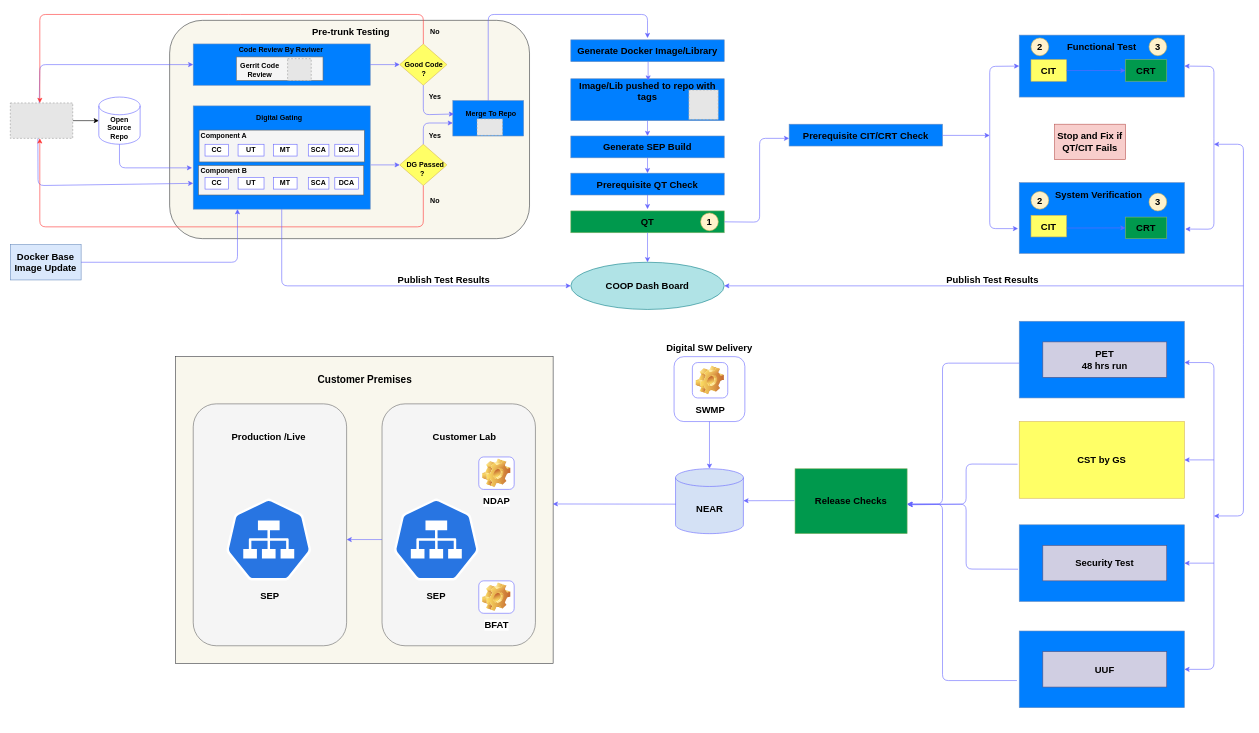
Before: Untitled Diagram.drawio in maninokia/log, a draw.io diagram. Source tidied: cells renumbered, new cells numbered last; positions are measured from the earlier drawing's top-left corner, leaving out a move shared by most shapes. Both pictures are drawn from the tidied source at 59%, with x=0, y=0 at pixel (10, 14). Pictures stored in the file or linked from it are replaced by grey dashed boxes.
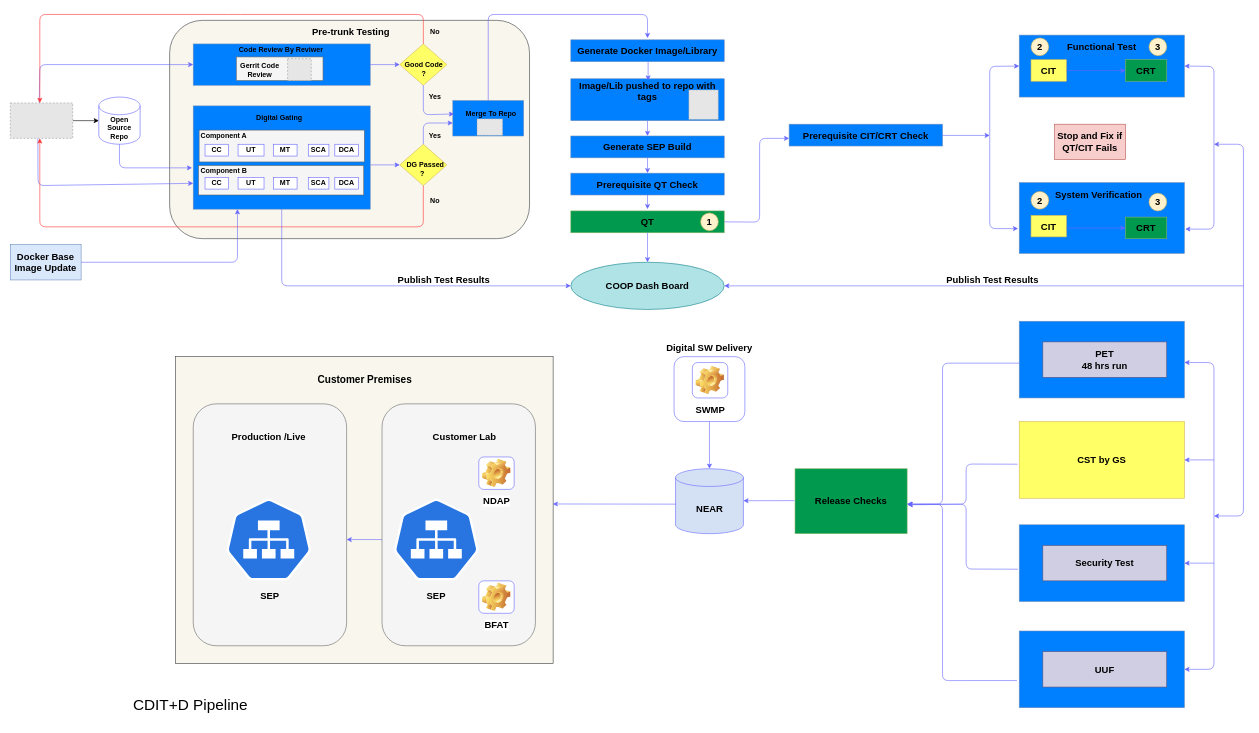
Above is the later version.

Change to the diagram source:
```diff
@@
+    <mxCell id="124" value="&lt;font style=&quot;font-size: 26px&quot;&gt;CDIT+D Pipeline&lt;/font&gt;" style="text;html=1;align=center;verticalAlign=middle;whiteSpace=wrap;rounded=0;" parent="1" vertex="1">
+      <mxGeometry x="165" y="1140" width="281" height="60" as="geometry" />
+    </mxCell>
```
